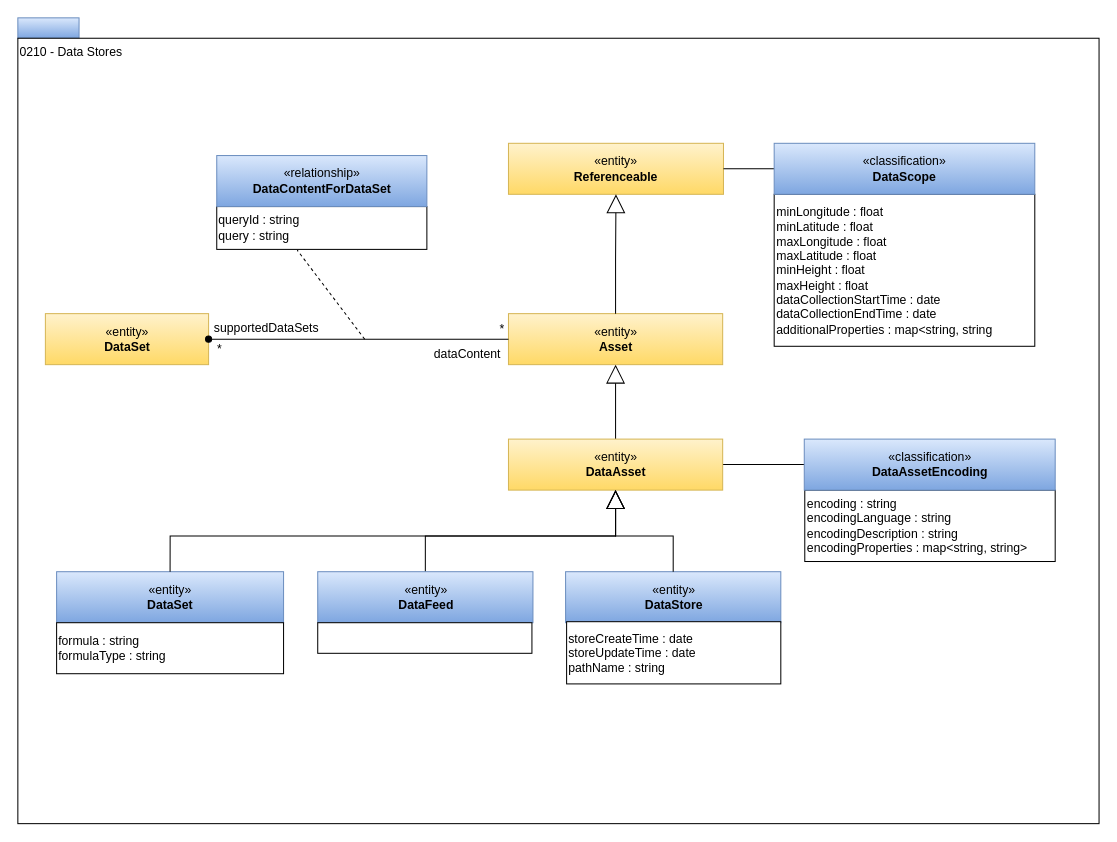
Above: page "0210-Data-Stores" (4 of 24) of site/docs/types/2/area-2-assets.drawio in odpi/egeria-docs (draw.io), before the change. Source tidied: cells renumbered, new cells numbered last; positions are measured from the earlier drawing's top-left corner, leaving out a move shared by most shapes. Both pictures are drawn from the tidied source at 102%, with x=0, y=0 at pixel (17, 17).
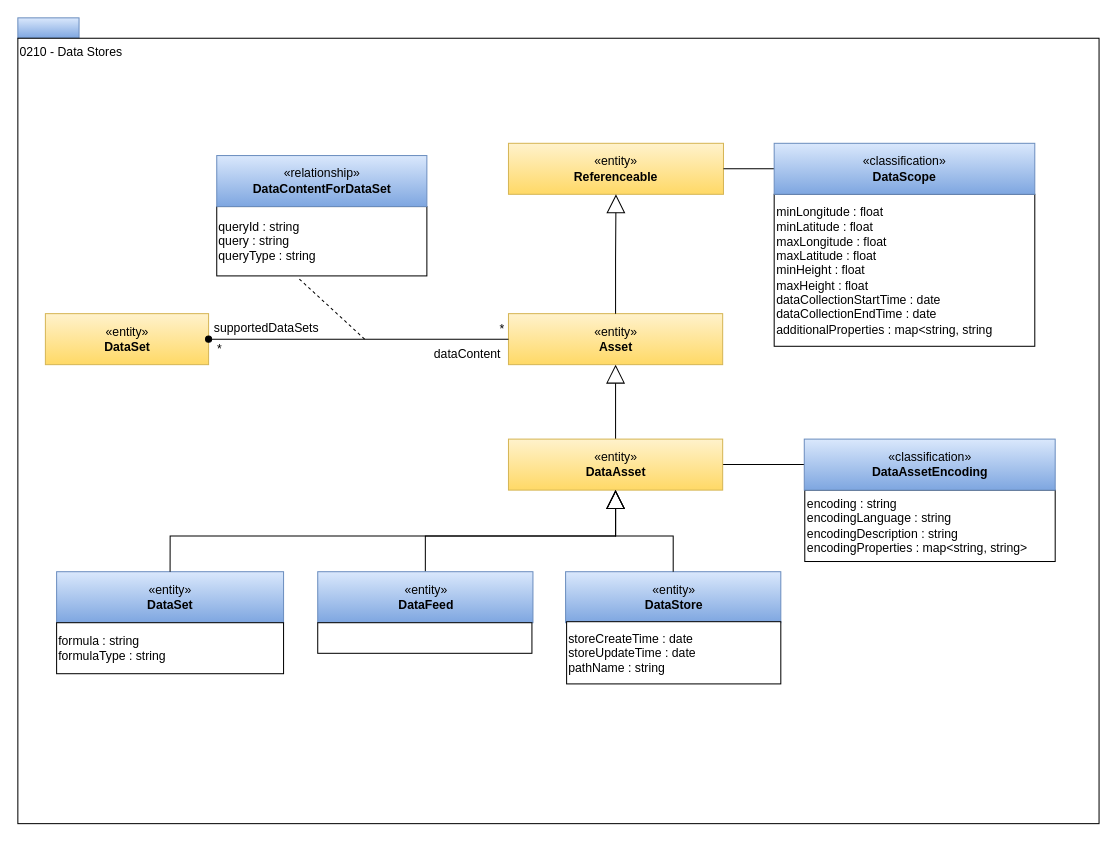
After the change.

Change to the diagram source:
```diff
@@
-    <mxCell id="15" value="queryId : string&lt;br&gt;query : string" style="rounded=0;whiteSpace=wrap;html=1;strokeColor=#000000;gradientColor=#ffffff;align=left;" parent="1" vertex="1">
-      <mxGeometry x="195" y="185" width="206" height="42" as="geometry" />
+    <mxCell id="15" value="queryId : string&lt;br&gt;query : string&lt;div&gt;queryType : string&lt;/div&gt;" style="rounded=0;whiteSpace=wrap;html=1;strokeColor=#000000;gradientColor=#ffffff;align=left;" parent="1" vertex="1">
+      <mxGeometry x="195" y="185" width="206" height="68" as="geometry" />
     </mxCell>
```
